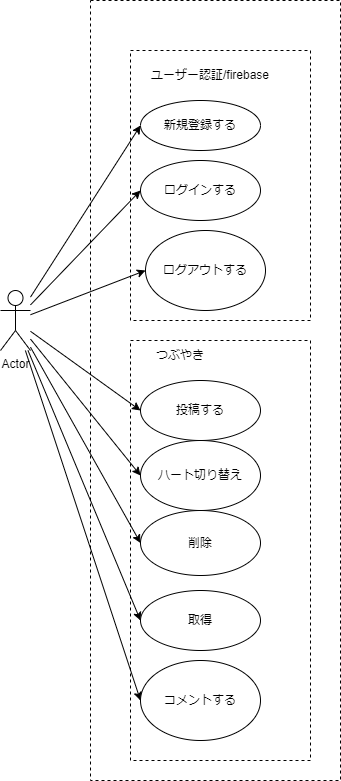
Above: 設計/usecase.drawio.png in junnichi-tajima/SNS_test (draw.io), before the change. Source tidied: cells renumbered, new cells last; positions are measured from the earlier drawing's top-left corner, leaving out a move shared by most shapes.
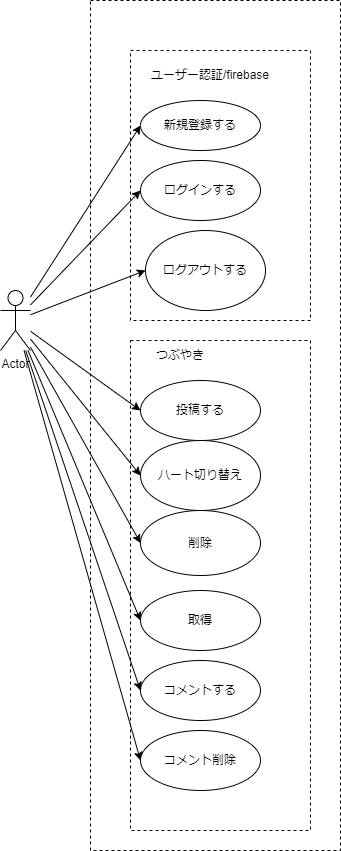
Above is the later version.

The edit, as a diff of the source:
```diff
@@ -3,13 +3,13 @@
     <mxCell id="0" />
     <mxCell id="1" parent="0" />
     <mxCell id="2" style="rounded=0;whiteSpace=wrap;html=1;dashed=1;" parent="1" vertex="1">
-      <mxGeometry x="90" width="250" height="780" as="geometry" />
+      <mxGeometry x="90" width="250" height="850" as="geometry" />
     </mxCell>
     <mxCell id="3" style="rounded=0;whiteSpace=wrap;html=1;dashed=1;" parent="1" vertex="1">
       <mxGeometry x="130" y="50" width="180" height="270" as="geometry" />
     </mxCell>
     <mxCell id="4" style="rounded=0;whiteSpace=wrap;html=1;dashed=1;" parent="1" vertex="1">
-      <mxGeometry x="130" y="340" width="180" height="420" as="geometry" />
+      <mxGeometry x="130" y="340" width="180" height="490" as="geometry" />
     </mxCell>
     <mxCell id="5" style="edgeStyle=none;html=1;entryX=0;entryY=0.5;entryDx=0;entryDy=0;" parent="1" edge="1" source="13" target="16">
       <mxGeometry relative="1" as="geometry" />
@@ -35,6 +35,9 @@
     <mxCell id="12" style="edgeStyle=none;html=1;entryX=0;entryY=0.5;entryDx=0;entryDy=0;" parent="1" edge="1" source="13" target="22">
       <mxGeometry relative="1" as="geometry" />
     </mxCell>
+    <mxCell id="24" style="edgeStyle=none;html=1;entryX=0;entryY=0.5;entryDx=0;entryDy=0;" parent="1" edge="1" source="13" target="25">
+      <mxGeometry relative="1" as="geometry" />
+    </mxCell>
     <mxCell id="13" value="Actor" style="shape=umlActor;verticalLabelPosition=bottom;verticalAlign=top;html=1;outlineConnect=0;" parent="1" vertex="1">
       <mxGeometry y="290" width="30" height="60" as="geometry" />
     </mxCell>
@@ -66,7 +69,10 @@
       <mxGeometry x="140" y="590" width="120" height="60" as="geometry" />
     </mxCell>
     <mxCell id="23" value="コメントする" style="ellipse;whiteSpace=wrap;html=1;" parent="1" vertex="1">
-      <mxGeometry x="140" y="660" width="120" height="80" as="geometry" />
+      <mxGeometry x="140" y="660" width="120" height="60" as="geometry" />
     </mxCell>
+    <mxCell id="25" value="コメント削除" style="ellipse;whiteSpace=wrap;html=1;" parent="1" vertex="1">
+      <mxGeometry x="140" y="730" width="120" height="60" as="geometry" />
+    </mxCell>
   </root>
 </mxGraphModel>
```
